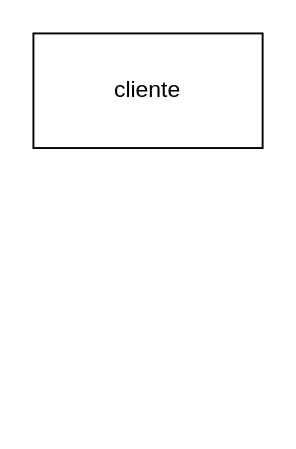
This is videoStore.drawio from jesalazaro/ER-diagrams, a draw.io file, before an edit. Source tidied: cells renumbered, new cells numbered last; positions are measured from the earlier drawing's top-left corner, leaving out a move shared by most shapes. Both pictures are drawn from the tidied source at 191%, with x=0, y=0 at pixel (32, 32).
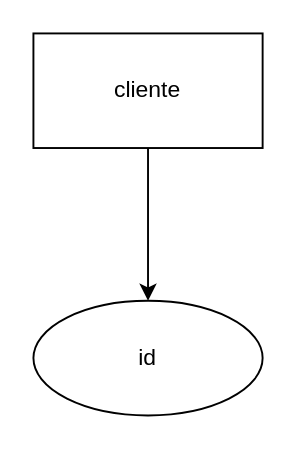
After the change.

What changed in the source:
```diff
@@
 <mxGraphModel>
   <root>
     <mxCell id="0" />
     <mxCell id="1" parent="0" />
+    <mxCell id="3" style="edgeStyle=orthogonalEdgeStyle;rounded=0;jettySize=auto;html=1;" parent="1" edge="1" source="2" target="4">
+      <mxGeometry relative="1" as="geometry" />
+    </mxCell>
     <mxCell id="2" value="cliente" style="rounded=0;whiteSpace=wrap;html=1;" parent="1" vertex="1">
       <mxGeometry width="120" height="60" as="geometry" />
     </mxCell>
+    <mxCell id="4" value="id" style="ellipse;whiteSpace=wrap;html=1;rounded=0;" parent="1" vertex="1">
+      <mxGeometry y="140" width="120" height="60" as="geometry" />
+    </mxCell>
   </root>
 </mxGraphModel>
```
